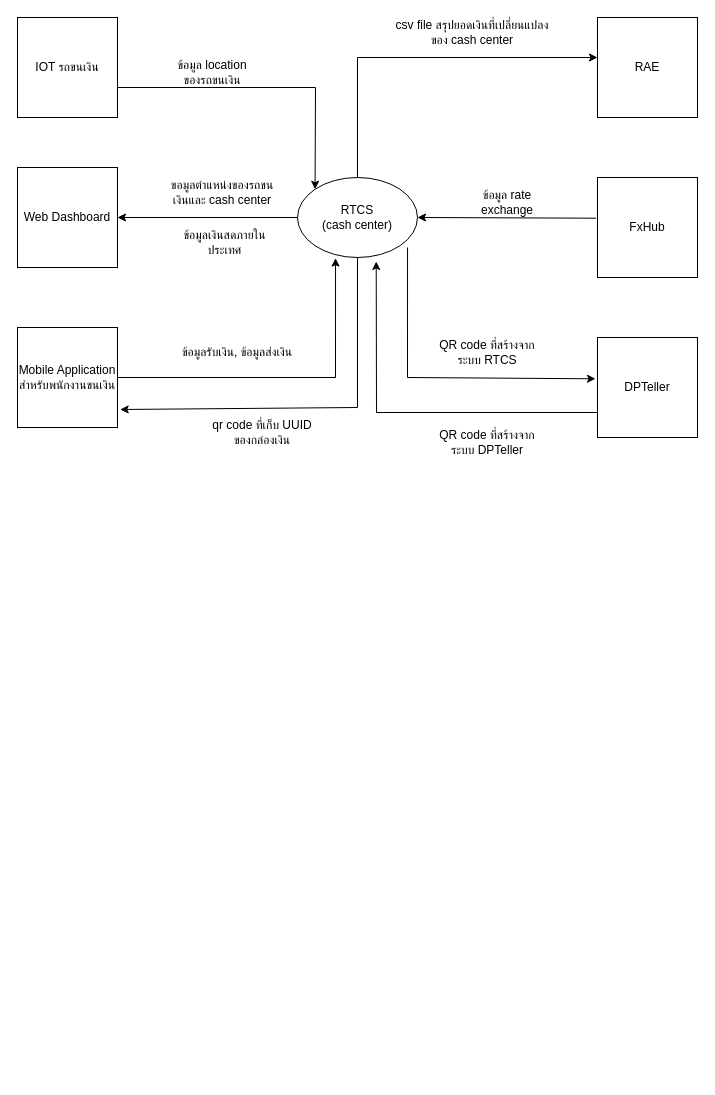
Above: Untitled Diagram.drawio in Attapol95/assignment-java-boot-camp (draw.io), before the change. Source tidied: cells renumbered, new cells numbered last; positions are measured from the earlier drawing's top-left corner, leaving out a move shared by most shapes. Both pictures are drawn from the tidied source at 100%, with x=0, y=0 at pixel (17, 17).
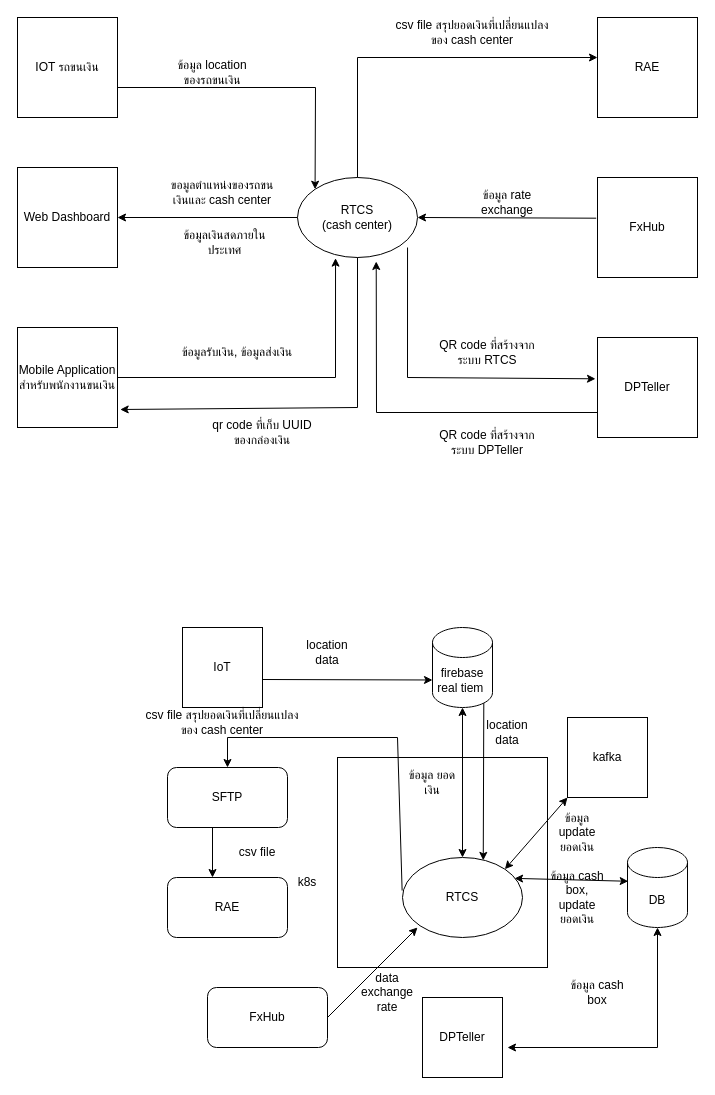
The same diagram, later.

The edit, as a diff of the source:
```diff
@@
+    <mxCell id="26" style="whiteSpace=wrap;html=1;" parent="1" vertex="1">
+      <mxGeometry x="320" y="740" width="210" height="210" as="geometry" />
+    </mxCell>
+    <mxCell id="27" value="RTCS" style="ellipse;whiteSpace=wrap;html=1;" parent="1" vertex="1">
+      <mxGeometry x="385" y="840" width="120" height="80" as="geometry" />
+    </mxCell>
+    <mxCell id="28" value="k8s" style="text;html=1;strokeColor=none;fillColor=none;align=center;verticalAlign=middle;whiteSpace=wrap;rounded=0;" parent="1" vertex="1">
+      <mxGeometry x="260" y="850" width="60" height="30" as="geometry" />
+    </mxCell>
+    <mxCell id="29" value="DB" style="shape=cylinder3;whiteSpace=wrap;html=1;boundedLbl=1;backgroundOutline=1;size=15;" parent="1" vertex="1">
+      <mxGeometry x="610" y="830" width="60" height="80" as="geometry" />
+    </mxCell>
+    <mxCell id="30" value="DPTeller" style="whiteSpace=wrap;html=1;" parent="1" vertex="1">
+      <mxGeometry x="405" y="980" width="80" height="80" as="geometry" />
+    </mxCell>
+    <mxCell id="31" value="firebase real tiem&amp;nbsp;" style="shape=cylinder3;whiteSpace=wrap;html=1;boundedLbl=1;backgroundOutline=1;size=15;" parent="1" vertex="1">
+      <mxGeometry x="415" y="610" width="60" height="80" as="geometry" />
+    </mxCell>
+    <mxCell id="32" value="IoT" style="whiteSpace=wrap;html=1;" parent="1" vertex="1">
+      <mxGeometry x="165" y="610" width="80" height="80" as="geometry" />
+    </mxCell>
+    <mxCell id="33" style="endArrow=classic;html=1;rounded=0;entryX=0;entryY=0;entryDx=0;entryDy=52.5;entryPerimeter=0;exitX=1.006;exitY=0.65;exitDx=0;exitDy=0;exitPerimeter=0;" parent="1" edge="1" source="32" target="31">
+      <mxGeometry relative="1" as="geometry" />
+    </mxCell>
+    <mxCell id="34" value="kafka" style="whiteSpace=wrap;html=1;" parent="1" vertex="1">
+      <mxGeometry x="550" y="700" width="80" height="80" as="geometry" />
+    </mxCell>
+    <mxCell id="35" style="endArrow=classic;startArrow=classic;html=1;rounded=0;exitX=1;exitY=0;exitDx=0;exitDy=0;" parent="1" edge="1" source="27">
+      <mxGeometry relative="1" as="geometry">
+        <mxPoint x="550" y="780" as="targetPoint" />
+      </mxGeometry>
+    </mxCell>
+    <mxCell id="36" style="endArrow=classic;startArrow=classic;html=1;rounded=0;" parent="1" edge="1" target="29">
+      <mxGeometry relative="1" as="geometry">
+        <mxPoint x="490" y="1030" as="sourcePoint" />
+        <Array as="points">
+          <mxPoint x="640" y="1030" />
+        </Array>
+      </mxGeometry>
+    </mxCell>
+    <mxCell id="37" value="ข้อมูล update ยอดเงิน" style="text;html=1;strokeColor=none;fillColor=none;align=center;verticalAlign=middle;whiteSpace=wrap;rounded=0;" parent="1" vertex="1">
+      <mxGeometry x="530" y="800" width="60" height="30" as="geometry" />
+    </mxCell>
+    <mxCell id="38" value="location data" style="text;html=1;strokeColor=none;fillColor=none;align=center;verticalAlign=middle;whiteSpace=wrap;rounded=0;" parent="1" vertex="1">
+      <mxGeometry x="280" y="620" width="60" height="30" as="geometry" />
+    </mxCell>
+    <mxCell id="39" value="FxHub" style="rounded=1;whiteSpace=wrap;html=1;" parent="1" vertex="1">
+      <mxGeometry x="190" y="970" width="120" height="60" as="geometry" />
+    </mxCell>
+    <mxCell id="40" style="endArrow=classic;html=1;rounded=0;exitX=1;exitY=0.5;exitDx=0;exitDy=0;" parent="1" edge="1" source="39">
+      <mxGeometry relative="1" as="geometry">
+        <mxPoint x="400" y="910" as="targetPoint" />
+      </mxGeometry>
+    </mxCell>
+    <mxCell id="41" value="ข้อมูล cash box" style="text;html=1;strokeColor=none;fillColor=none;align=center;verticalAlign=middle;whiteSpace=wrap;rounded=0;" parent="1" vertex="1">
+      <mxGeometry x="550" y="960" width="60" height="30" as="geometry" />
+    </mxCell>
+    <mxCell id="42" value="ข้อมูล cash box, update ยอดเงิน" style="text;html=1;strokeColor=none;fillColor=none;align=center;verticalAlign=middle;whiteSpace=wrap;rounded=0;" parent="1" vertex="1">
+      <mxGeometry x="530" y="865" width="60" height="30" as="geometry" />
+    </mxCell>
+    <mxCell id="43" style="endArrow=classic;startArrow=classic;html=1;rounded=0;entryX=0.012;entryY=0.422;entryDx=0;entryDy=0;entryPerimeter=0;exitX=0.934;exitY=0.261;exitDx=0;exitDy=0;exitPerimeter=0;" parent="1" edge="1" source="27" target="29">
+      <mxGeometry relative="1" as="geometry" />
+    </mxCell>
+    <mxCell id="44" style="endArrow=classic;startArrow=classic;html=1;rounded=0;" parent="1" edge="1" source="27" target="31">
+      <mxGeometry relative="1" as="geometry" />
+    </mxCell>
+    <mxCell id="45" value="ข้อมูล ยอดเงิน" style="text;html=1;strokeColor=none;fillColor=none;align=center;verticalAlign=middle;whiteSpace=wrap;rounded=0;" parent="1" vertex="1">
+      <mxGeometry x="385" y="750" width="60" height="30" as="geometry" />
+    </mxCell>
+    <mxCell id="46" style="endArrow=classic;html=1;rounded=0;exitX=0.855;exitY=1;exitDx=0;exitDy=-4.35;exitPerimeter=0;entryX=0.673;entryY=0.036;entryDx=0;entryDy=0;entryPerimeter=0;" parent="1" edge="1" source="31" target="27">
+      <mxGeometry relative="1" as="geometry" />
+    </mxCell>
+    <mxCell id="47" value="location data" style="text;html=1;strokeColor=none;fillColor=none;align=center;verticalAlign=middle;whiteSpace=wrap;rounded=0;" parent="1" vertex="1">
+      <mxGeometry x="460" y="700" width="60" height="30" as="geometry" />
+    </mxCell>
+    <mxCell id="48" value="data exchange rate" style="text;html=1;strokeColor=none;fillColor=none;align=center;verticalAlign=middle;whiteSpace=wrap;rounded=0;" parent="1" vertex="1">
+      <mxGeometry x="340" y="960" width="60" height="30" as="geometry" />
+    </mxCell>
+    <mxCell id="49" value="SFTP" style="rounded=1;whiteSpace=wrap;html=1;" parent="1" vertex="1">
+      <mxGeometry x="150" y="750" width="120" height="60" as="geometry" />
+    </mxCell>
+    <mxCell id="50" value="RAE" style="rounded=1;whiteSpace=wrap;html=1;" parent="1" vertex="1">
+      <mxGeometry x="150" y="860" width="120" height="60" as="geometry" />
+    </mxCell>
+    <mxCell id="51" value="csv file สรุปยอดเงินที่เปลี่ยนแปลงของ cash center" style="text;html=1;strokeColor=none;fillColor=none;align=center;verticalAlign=middle;whiteSpace=wrap;rounded=0;" parent="1" vertex="1">
+      <mxGeometry x="120" y="690" width="170" height="30" as="geometry" />
+    </mxCell>
+    <mxCell id="52" style="endArrow=classic;html=1;rounded=0;exitX=-0.003;exitY=0.413;exitDx=0;exitDy=0;exitPerimeter=0;entryX=0.5;entryY=0;entryDx=0;entryDy=0;" parent="1" edge="1" source="27" target="49">
+      <mxGeometry relative="1" as="geometry">
+        <Array as="points">
+          <mxPoint x="380" y="720" />
+          <mxPoint x="210" y="720" />
+        </Array>
+      </mxGeometry>
+    </mxCell>
+    <mxCell id="53" style="endArrow=classic;html=1;rounded=0;entryX=0.375;entryY=0;entryDx=0;entryDy=0;entryPerimeter=0;" parent="1" edge="1" target="50">
+      <mxGeometry relative="1" as="geometry">
+        <mxPoint x="195" y="810" as="sourcePoint" />
+      </mxGeometry>
+    </mxCell>
+    <mxCell id="54" value="csv file" style="text;html=1;strokeColor=none;fillColor=none;align=center;verticalAlign=middle;whiteSpace=wrap;rounded=0;" parent="1" vertex="1">
+      <mxGeometry x="210" y="820" width="60" height="30" as="geometry" />
+    </mxCell>
```
